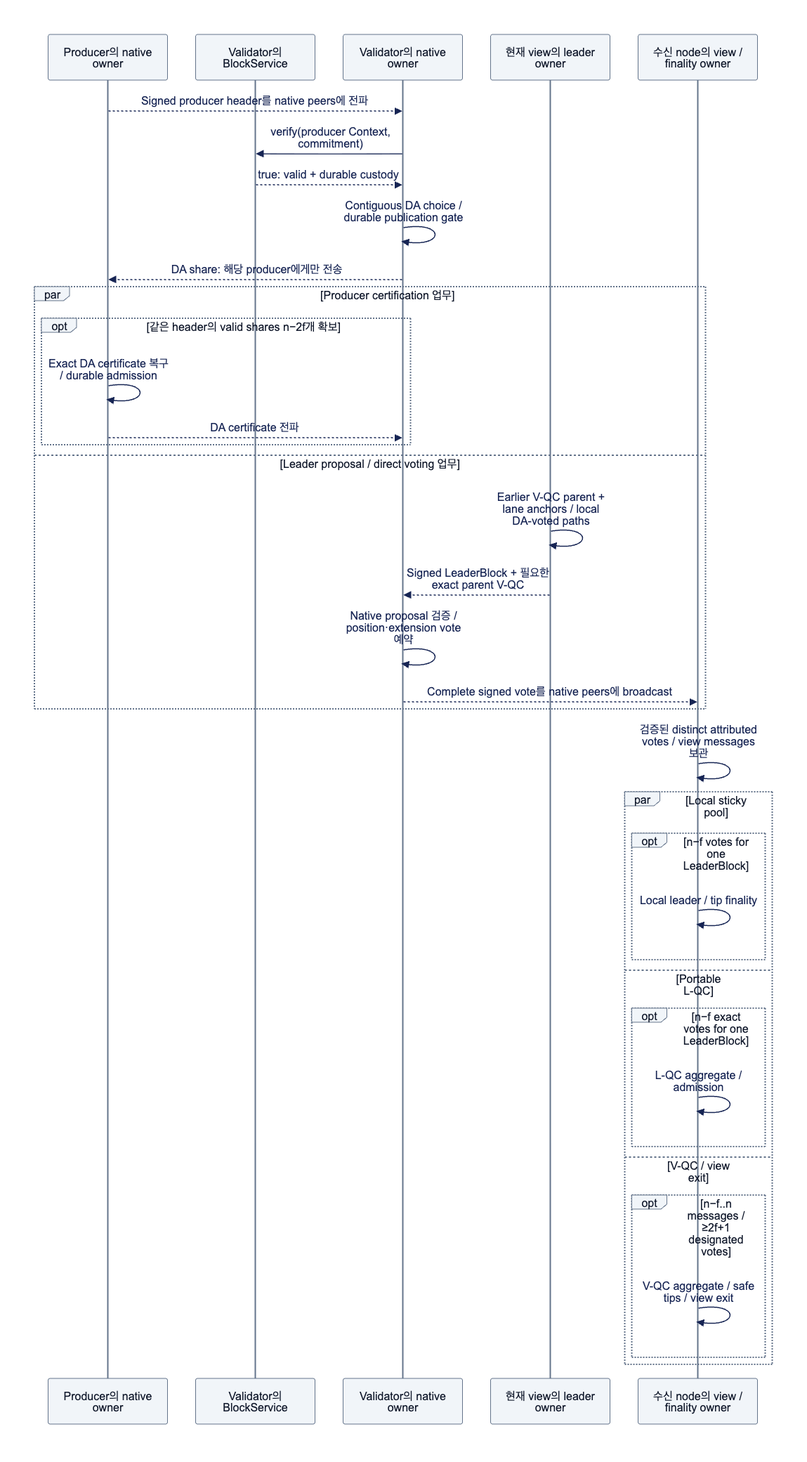
Before: docs/assets/diagrams/diagram-15.png, a diagram exported from Mermaid (djm07073/baton-research). Its source is kept beside it as docs/assets/diagrams/diagram-15.mmd.
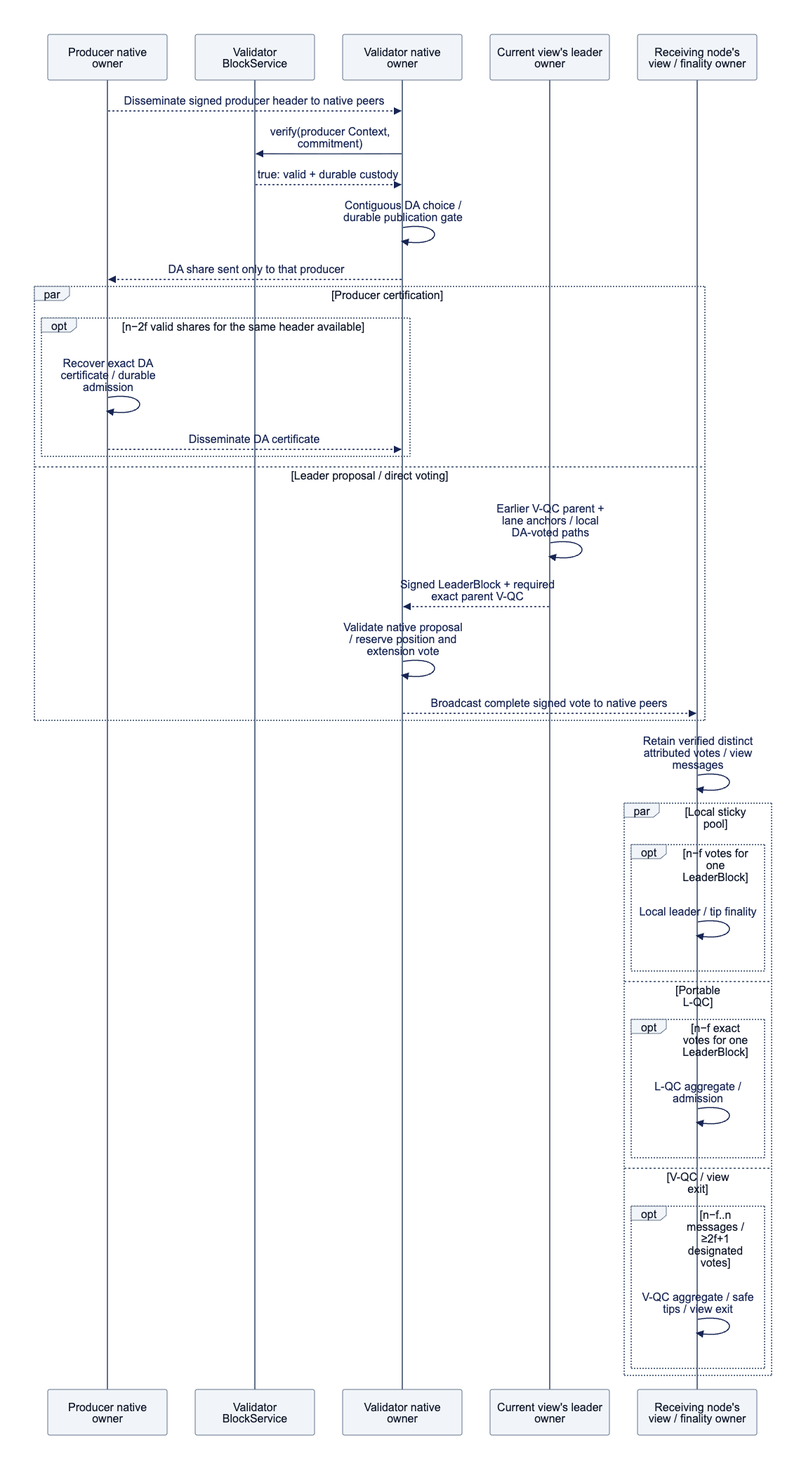
The same diagram one commit later.

What changed in the source:
```diff
@@ -1,26 +1,26 @@
 sequenceDiagram
-    participant P as Producer의 native owner
-    participant A as Validator의 BlockService
-    participant V as Validator의 native owner
-    participant L as 현재 view의 leader owner
-    participant F as 수신 node의 view / finality owner
-    P-->>V: Signed producer header를 native peers에 전파
+    participant P as Producer native owner
+    participant A as Validator BlockService
+    participant V as Validator native owner
+    participant L as Current view's leader owner
+    participant F as Receiving node's view / finality owner
+    P-->>V: Disseminate signed producer header to native peers
     V->>A: verify(producer Context, commitment)
     A-->>V: true: valid + durable custody
     V->>V: Contiguous DA choice / durable publication gate
-    V-->>P: DA share: 해당 producer에게만 전송
-    par Producer certification 업무
-        opt 같은 header의 valid shares n−2f개 확보
-            P->>P: Exact DA certificate 복구 / durable admission
-            P-->>V: DA certificate 전파
+    V-->>P: DA share sent only to that producer
+    par Producer certification
+        opt n−2f valid shares for the same header available
+            P->>P: Recover exact DA certificate / durable admission
+            P-->>V: Disseminate DA certificate
         end
-    and Leader proposal / direct voting 업무
+    and Leader proposal / direct voting
         L->>L: Earlier V-QC parent + lane anchors / local DA-voted paths
-        L-->>V: Signed LeaderBlock + 필요한 exact parent V-QC
-        V->>V: Native proposal 검증 / position·extension vote 예약
-        V-->>F: Complete signed vote를 native peers에 broadcast
+        L-->>V: Signed LeaderBlock + required exact parent V-QC
+        V->>V: Validate native proposal / reserve position and extension vote
+        V-->>F: Broadcast complete signed vote to native peers
     end
-    F->>F: 검증된 distinct attributed votes / view messages 보관
+    F->>F: Retain verified distinct attributed votes / view messages
     par Local sticky pool
         opt n−f votes for one LeaderBlock
             F->>F: Local leader / tip finality
```
